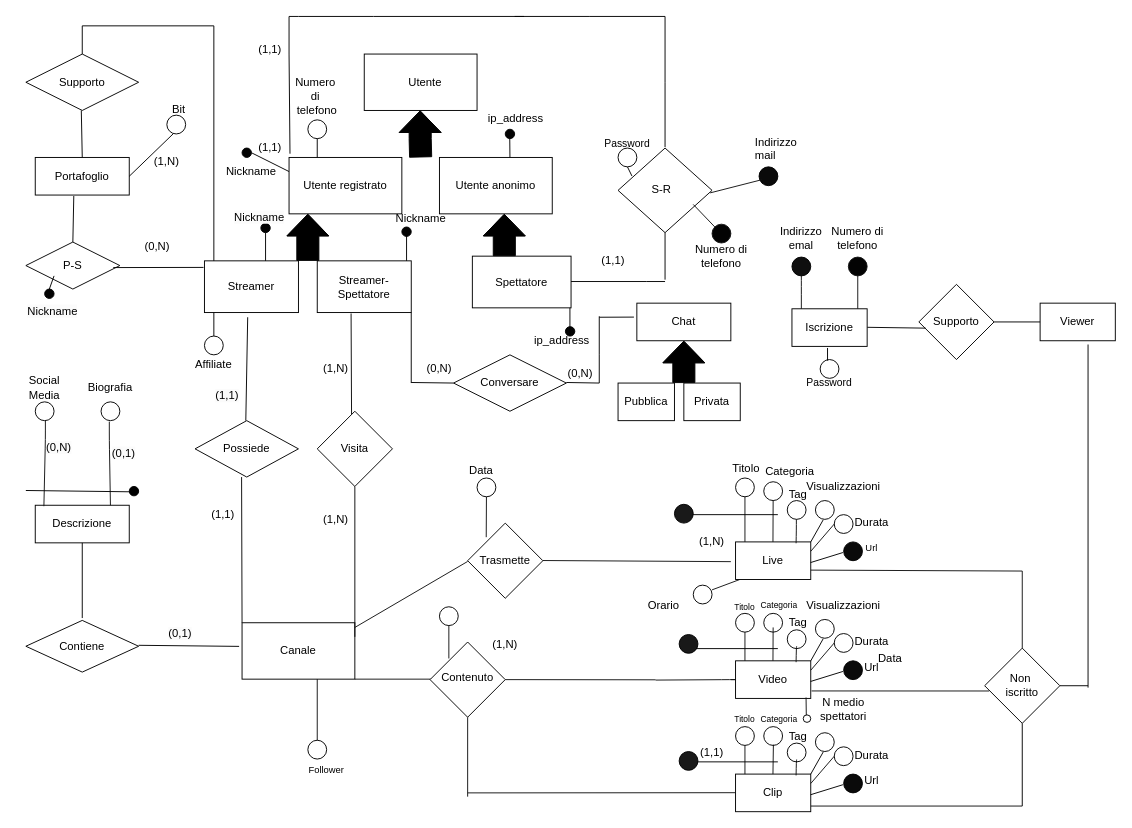
Before: e-r_revised_hypothesis.drawio in Popper002/Streaming-Service-Db-project-unito, a draw.io diagram. Source tidied: cells renumbered, new cells numbered last; positions are measured from the earlier drawing's top-left corner, leaving out a move shared by most shapes. Both pictures are drawn from the tidied source at 94%, with x=0, y=0 at pixel (16, 16).
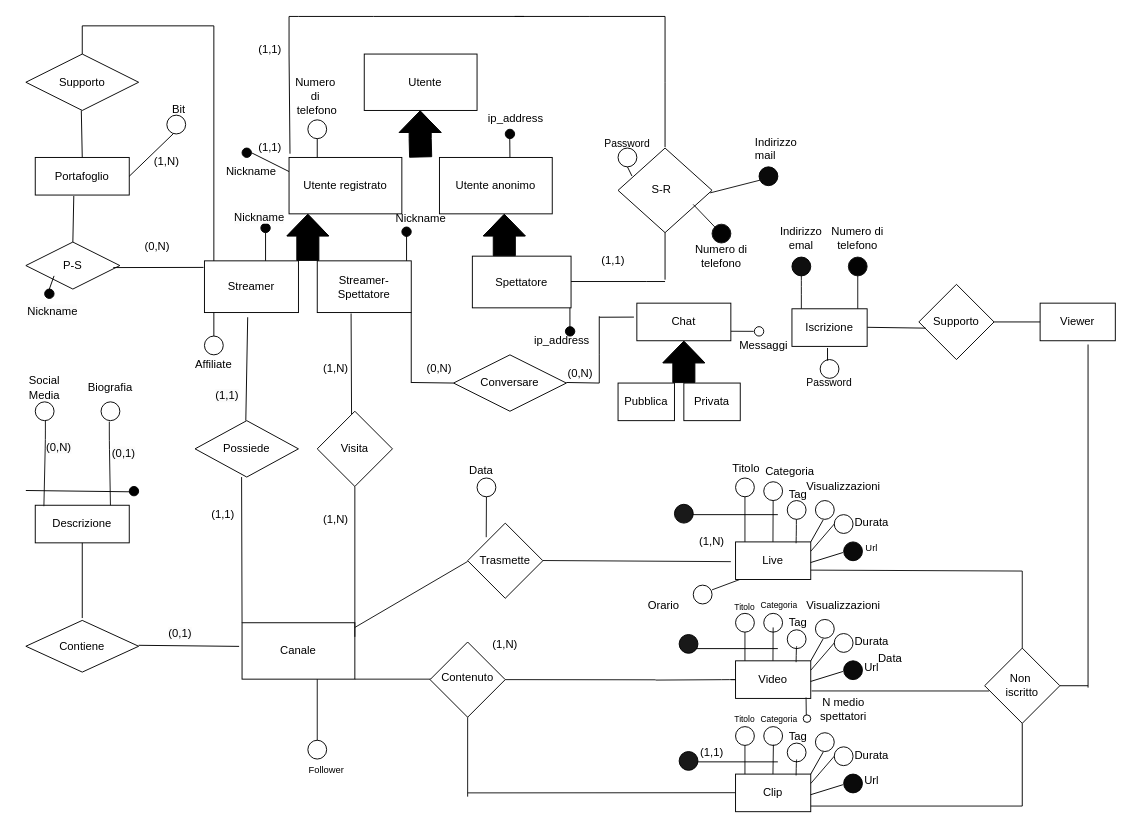
The same page after the edit.

Change to the diagram source:
```diff
@@
-    <mxCell id="15" style="endArrow=none;html=1;fontColor=default;labelBackgroundColor=default;strokeColor=#121212;strokeWidth=1;entryX=0.5;entryY=1;entryDx=0;entryDy=0;" parent="1" edge="1" target="16">
+    <mxCell id="15" style="endArrow=none;html=1;fontColor=default;labelBackgroundColor=default;strokeColor=#121212;strokeWidth=1;exitX=1;exitY=0.5;exitDx=0;exitDy=0;entryX=-0.067;entryY=0.5;entryDx=0;entryDy=0;entryPerimeter=0;" parent="1" edge="1" target="16">
       <mxGeometry relative="1" as="geometry">
-        <mxPoint x="460" y="683" as="sourcePoint" />
+        <mxPoint x="760" y="334.9" as="sourcePoint" />
       </mxGeometry>
     </mxCell>
     <mxCell id="16" style="ellipse;whiteSpace=wrap;html=1;fillColor=none;strokeColor=#000000;" parent="1" vertex="1">
-      <mxGeometry x="450" y="628" width="20" height="20" as="geometry" />
+      <mxGeometry x="785" y="330" width="10" height="10" as="geometry" />
     </mxCell>
@@
+    <mxCell id="228" value="Messaggi" style="text;html=1;strokeColor=none;fillColor=none;align=center;verticalAlign=middle;whiteSpace=wrap;rounded=0;" parent="1" vertex="1">
+      <mxGeometry x="775" y="340" width="40" height="20" as="geometry" />
+    </mxCell>
```
